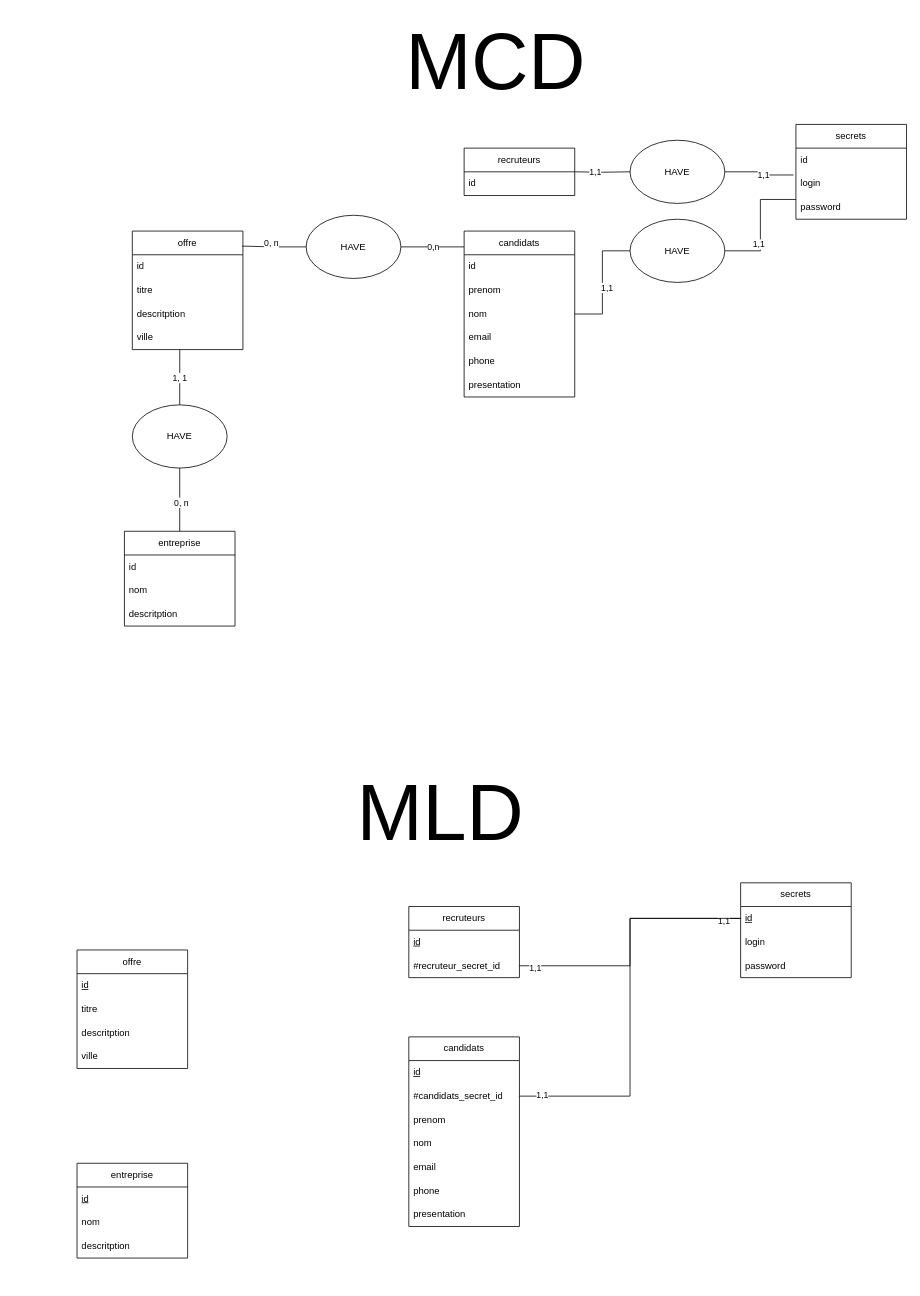
Before: Diagramme/merise.drawio in WildCodeSchool-CDA-FT-2025-03/checkpoint_1, a draw.io diagram. Source tidied: cells renumbered, new cells numbered last; positions are measured from the earlier drawing's top-left corner, leaving out a move shared by most shapes. Both pictures are drawn from the tidied source at 79%, with x=0, y=0 at pixel (77, 49).
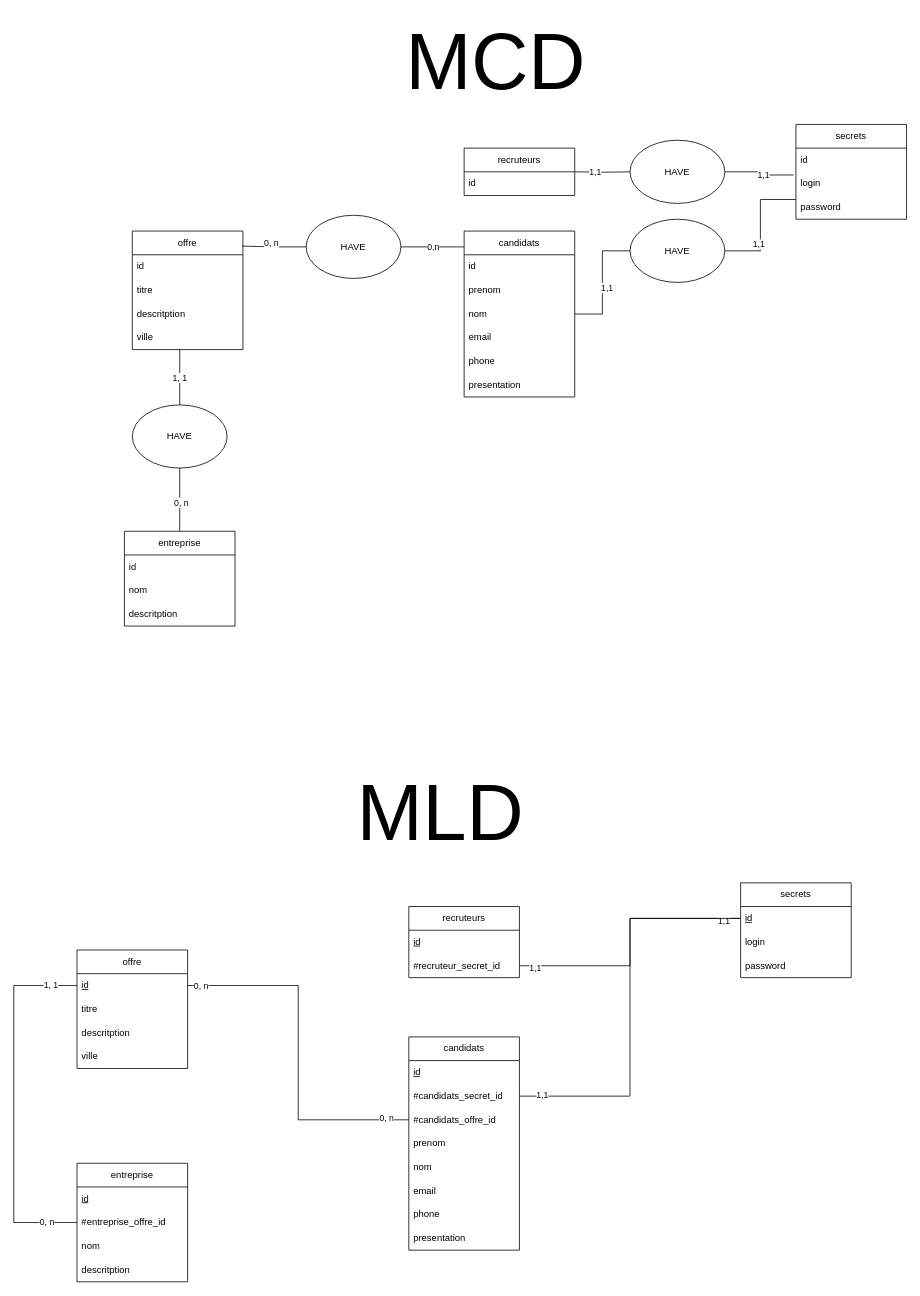
After the change.

Unchanged cells that the change refers to:
```xml
<mxCell id="61" value="id" style="text;strokeColor=none;fillColor=none;align=left;verticalAlign=middle;spacingLeft=4;spacingRight=4;overflow=hidden;points=[[0,0.5],[1,0.5]];portConstraint=eastwest;whiteSpace=wrap;html=1;fontStyle=4;" parent="60" vertex="1">
  <mxGeometry y="30" width="140" height="30" as="geometry" />
</mxCell>
```

Change to the diagram source:
```diff
@@
     <mxCell id="48" value="candidats" style="swimlane;fontStyle=0;horizontal=1;startSize=30;whiteSpace=wrap;html=1;" parent="1" vertex="1">
-      <mxGeometry x="420" y="1250" width="140" height="240" as="geometry" />
+      <mxGeometry x="420" y="1250" width="140" height="270" as="geometry" />
     </mxCell>
@@
+    <mxCell id="75" value="#candidats_offre_id" style="text;strokeColor=none;fillColor=none;align=left;verticalAlign=middle;spacingLeft=4;spacingRight=4;overflow=hidden;points=[[0,0.5],[1,0.5]];portConstraint=eastwest;whiteSpace=wrap;html=1;" parent="48" vertex="1">
+      <mxGeometry y="90" width="140" height="30" as="geometry" />
+    </mxCell>
     <mxCell id="51" value="prenom" style="text;strokeColor=none;fillColor=none;align=left;verticalAlign=middle;spacingLeft=4;spacingRight=4;overflow=hidden;whiteSpace=wrap;html=1;" parent="48" vertex="1">
-      <mxGeometry y="90" width="140" height="30" as="geometry" />
+      <mxGeometry y="120" width="140" height="30" as="geometry" />
     </mxCell>
     <mxCell id="52" value="nom" style="text;strokeColor=none;fillColor=none;align=left;verticalAlign=middle;spacingLeft=4;spacingRight=4;overflow=hidden;whiteSpace=wrap;html=1;" parent="48" vertex="1">
-      <mxGeometry y="120" width="140" height="30" as="geometry" />
+      <mxGeometry y="150" width="140" height="30" as="geometry" />
     </mxCell>
     <mxCell id="53" value="email" style="text;strokeColor=none;fillColor=none;align=left;verticalAlign=middle;spacingLeft=4;spacingRight=4;overflow=hidden;whiteSpace=wrap;html=1;" parent="48" vertex="1">
-      <mxGeometry y="150" width="140" height="30" as="geometry" />
+      <mxGeometry y="180" width="140" height="30" as="geometry" />
     </mxCell>
     <mxCell id="54" value="phone" style="text;strokeColor=none;fillColor=none;align=left;verticalAlign=middle;spacingLeft=4;spacingRight=4;overflow=hidden;whiteSpace=wrap;html=1;" parent="48" vertex="1">
-      <mxGeometry y="180" width="140" height="30" as="geometry" />
+      <mxGeometry y="210" width="140" height="30" as="geometry" />
     </mxCell>
     <mxCell id="55" value="presentation" style="text;strokeColor=none;fillColor=none;align=left;verticalAlign=middle;spacingLeft=4;spacingRight=4;overflow=hidden;whiteSpace=wrap;html=1;" parent="48" vertex="1">
-      <mxGeometry y="210" width="140" height="30" as="geometry" />
+      <mxGeometry y="240" width="140" height="30" as="geometry" />
     </mxCell>
     <mxCell id="56" value="entreprise" style="swimlane;fontStyle=0;horizontal=1;startSize=30;whiteSpace=wrap;html=1;" parent="1" vertex="1">
-      <mxGeometry y="1410" width="140" height="120" as="geometry" />
+      <mxGeometry y="1410" width="140" height="150" as="geometry" />
     </mxCell>
@@
+    <mxCell id="76" value="#entreprise_offre_id" style="text;strokeColor=none;fillColor=none;align=left;verticalAlign=middle;spacingLeft=4;spacingRight=4;overflow=hidden;points=[[0,0.5],[1,0.5]];portConstraint=eastwest;whiteSpace=wrap;html=1;fontStyle=0;" parent="56" vertex="1">
+      <mxGeometry y="60" width="140" height="30" as="geometry" />
+    </mxCell>
     <mxCell id="58" value="nom" style="text;strokeColor=none;fillColor=none;align=left;verticalAlign=middle;spacingLeft=4;spacingRight=4;overflow=hidden;whiteSpace=wrap;html=1;" parent="56" vertex="1">
-      <mxGeometry y="60" width="140" height="30" as="geometry" />
+      <mxGeometry y="90" width="140" height="30" as="geometry" />
     </mxCell>
     <mxCell id="59" value="descritption" style="text;strokeColor=none;fillColor=none;align=left;verticalAlign=middle;spacingLeft=4;spacingRight=4;overflow=hidden;whiteSpace=wrap;html=1;" parent="56" vertex="1">
-      <mxGeometry y="90" width="140" height="30" as="geometry" />
+      <mxGeometry y="120" width="140" height="30" as="geometry" />
     </mxCell>
@@
+    <mxCell id="77" style="edgeStyle=orthogonalEdgeStyle;rounded=0;jettySize=auto;html=1;entryX=0;entryY=0.5;entryDx=0;entryDy=0;endArrow=none;startFill=0;" parent="1" edge="1" source="76" target="61">
+      <mxGeometry relative="1" as="geometry">
+        <Array as="points">
+          <mxPoint x="-80" y="1485" />
+          <mxPoint x="-80" y="1185" />
+        </Array>
+      </mxGeometry>
+    </mxCell>
+    <mxCell id="78" value="0, n" style="edgeLabel;html=1;align=center;verticalAlign=middle;" parent="77" vertex="1">
+      <mxGeometry x="-0.83" y="-1" relative="1" as="geometry" />
+    </mxCell>
+    <mxCell id="79" value="1, 1" style="edgeLabel;html=1;align=center;verticalAlign=middle;" parent="77" vertex="1">
+      <mxGeometry x="0.85" y="1" relative="1" as="geometry" />
+    </mxCell>
+    <mxCell id="80" style="edgeStyle=orthogonalEdgeStyle;rounded=0;jettySize=auto;html=1;entryX=1;entryY=0.5;entryDx=0;entryDy=0;endArrow=none;startFill=0;" parent="1" edge="1" source="75" target="61">
+      <mxGeometry relative="1" as="geometry" />
+    </mxCell>
+    <mxCell id="81" value="0, n" style="edgeLabel;html=1;align=center;verticalAlign=middle;" parent="80" vertex="1">
+      <mxGeometry x="-0.87" y="-3" relative="1" as="geometry" />
+    </mxCell>
+    <mxCell id="82" value="0, n" style="edgeLabel;html=1;align=center;verticalAlign=middle;" parent="80" vertex="1">
+      <mxGeometry x="0.93" relative="1" as="geometry" />
+    </mxCell>
```
